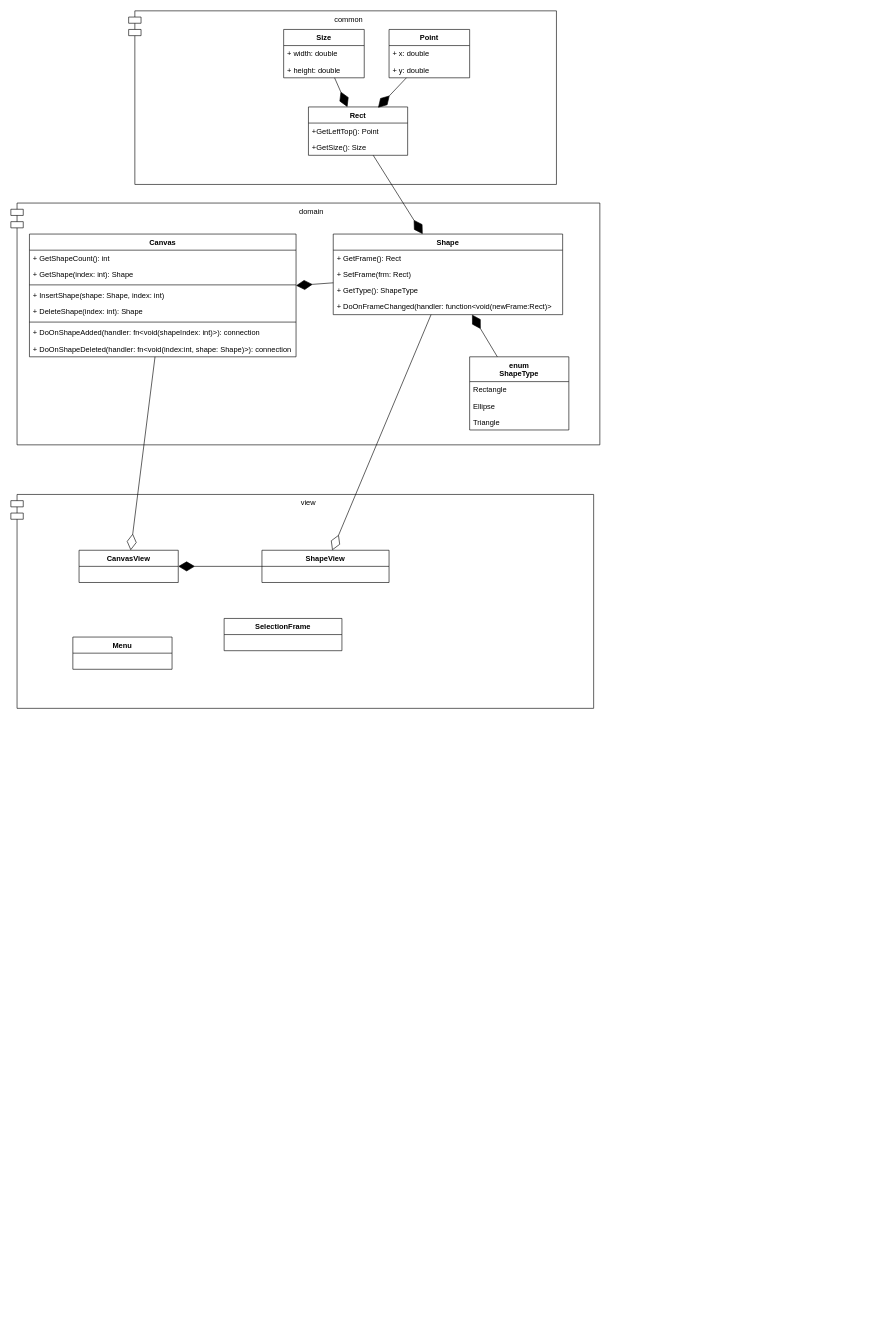
Earlier version of the draw.io diagram lectures/workshop-3/shapes.drawio (alexey-malov/ood). Source tidied: cells renumbered, new cells numbered last; positions are measured from the earlier drawing's top-left corner, leaving out a move shared by most shapes. Both pictures are drawn from the tidied source at 62%, with x=0, y=0 at pixel (11, 11).
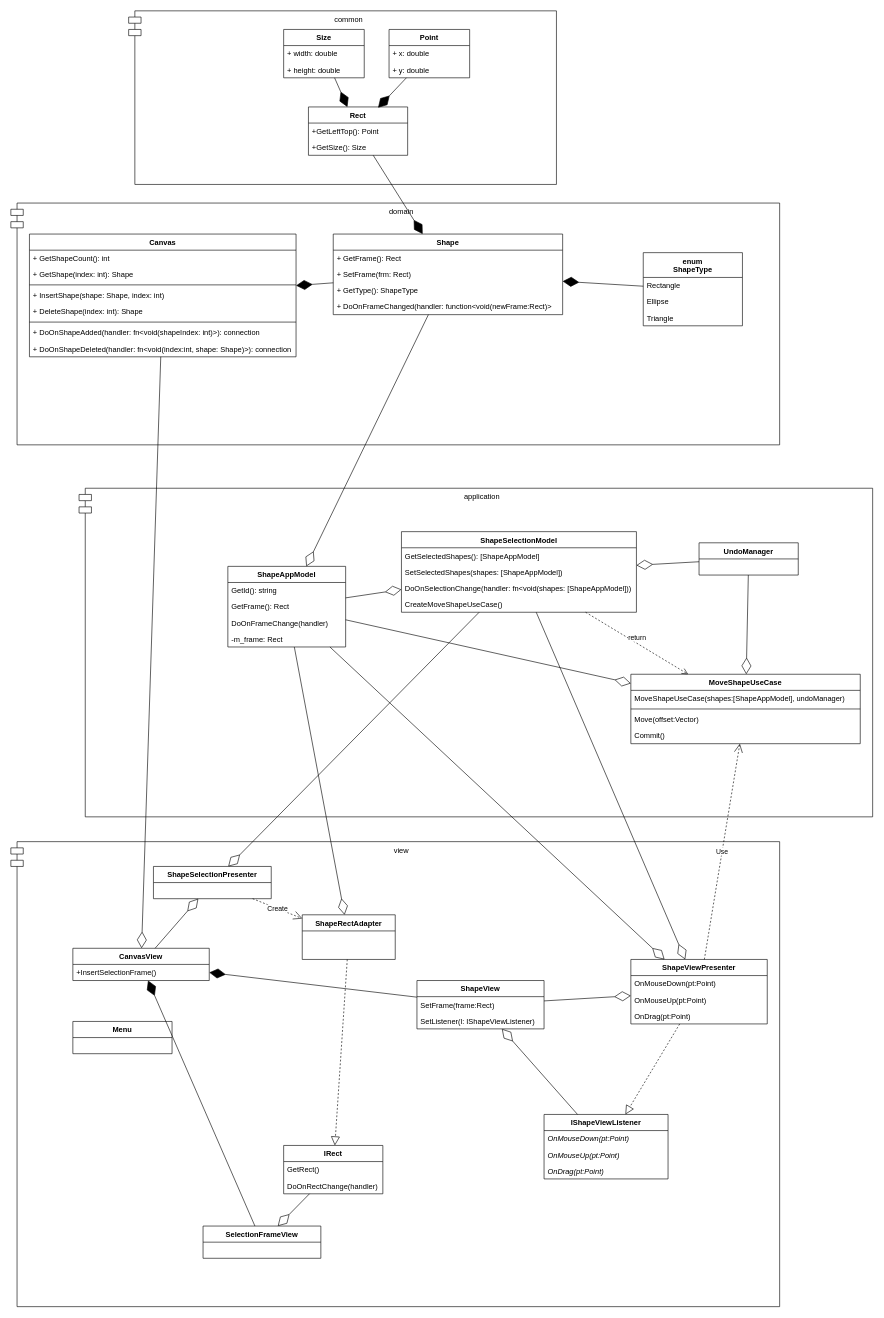
Above is the later version.

Commit message:
Обновлена схема

The change refers to these unchanged cells:
```xml
<mxCell id="12" value="Shape" style="swimlane;fontStyle=1;align=center;verticalAlign=top;horizontal=1;startSize=26;" parent="1" vertex="1">
  <mxGeometry x="520" y="360" width="370" height="130" as="geometry" />
</mxCell>
```

Change to the diagram source:
```diff
@@
+    <mxCell id="44" value="application" style="shape=module;align=left;spacingLeft=20;align=center;verticalAlign=top;fillColor=#ffffff;" parent="1" vertex="1">
+      <mxGeometry x="110" y="770" width="1280" height="530" as="geometry" />
+    </mxCell>
     <mxCell id="2" value="domain" style="shape=module;align=left;spacingLeft=20;align=center;verticalAlign=top;" parent="1" vertex="1">
-      <mxGeometry y="310" width="950" height="390" as="geometry" />
+      <mxGeometry y="310" width="1240" height="390" as="geometry" />
     </mxCell>
@@
     <mxCell id="31" value="enum&#10;ShapeType" style="swimlane;fontStyle=1;align=center;verticalAlign=top;horizontal=1;startSize=40;" parent="1" vertex="1">
-      <mxGeometry x="740" y="558" width="160" height="118" as="geometry" />
+      <mxGeometry x="1020" y="390" width="160" height="118" as="geometry" />
     </mxCell>
@@
     <mxCell id="36" value="view" style="shape=module;align=left;spacingLeft=20;align=center;verticalAlign=top;" parent="1" vertex="1">
-      <mxGeometry y="780" width="940" height="345" as="geometry" />
+      <mxGeometry y="1340" width="1240" height="750" as="geometry" />
     </mxCell>
     <mxCell id="37" value="CanvasView" style="swimlane;fontStyle=1;align=center;verticalAlign=top;horizontal=1;startSize=26;" parent="1" vertex="1">
-      <mxGeometry x="110" y="870" width="160" height="52" as="geometry" />
+      <mxGeometry x="100" y="1512" width="220" height="52" as="geometry" />
     </mxCell>
+    <mxCell id="45" value="+InsertSelectionFrame()" style="text;strokeColor=none;fillColor=none;align=left;verticalAlign=top;spacingLeft=4;spacingRight=4;overflow=hidden;" parent="37" vertex="1">
+      <mxGeometry y="26" width="220" height="26" as="geometry" />
+    </mxCell>
     <mxCell id="38" value="ShapeView" style="swimlane;fontStyle=1;align=center;verticalAlign=top;horizontal=1;startSize=26;" parent="1" vertex="1">
-      <mxGeometry x="405" y="870" width="205" height="52" as="geometry" />
+      <mxGeometry x="655" y="1564" width="205" height="78" as="geometry" />
     </mxCell>
+    <mxCell id="46" value="SetFrame(frame:Rect)" style="text;strokeColor=none;fillColor=none;align=left;verticalAlign=top;spacingLeft=4;spacingRight=4;overflow=hidden;" parent="38" vertex="1">
+      <mxGeometry y="26" width="205" height="26" as="geometry" />
+    </mxCell>
+    <mxCell id="47" value="SetListener(l: IShapeViewListener)" style="text;strokeColor=none;fillColor=none;align=left;verticalAlign=top;spacingLeft=4;spacingRight=4;overflow=hidden;" parent="38" vertex="1">
+      <mxGeometry y="52" width="205" height="26" as="geometry" />
+    </mxCell>
-    <mxCell id="39" value="SelectionFrame" style="swimlane;fontStyle=1;align=center;verticalAlign=top;horizontal=1;startSize=26;" parent="1" vertex="1">
-      <mxGeometry x="344" y="980" width="190" height="52" as="geometry" />
+    <mxCell id="39" value="SelectionFrameView" style="swimlane;fontStyle=1;align=center;verticalAlign=top;horizontal=1;startSize=26;" parent="1" vertex="1">
+      <mxGeometry x="310" y="1960" width="190" height="52" as="geometry" />
     </mxCell>
     <mxCell id="40" value="Menu" style="swimlane;fontStyle=1;align=center;verticalAlign=top;horizontal=1;startSize=26;" parent="1" vertex="1">
-      <mxGeometry x="100" y="1010" width="160" height="52" as="geometry" />
+      <mxGeometry x="100" y="1630" width="160" height="52" as="geometry" />
     </mxCell>
@@
-    <mxCell id="43" style="endArrow=diamondThin;endFill=0;endSize=24;html=1;" parent="1" edge="1" source="12" target="38">
-      <mxGeometry relative="1" as="geometry" />
-    </mxCell>
+    <mxCell id="48" style="endArrow=diamondThin;endFill=1;endSize=24;html=1;" parent="1" edge="1" source="39" target="37">
+      <mxGeometry relative="1" as="geometry" />
+    </mxCell>
+    <mxCell id="49" value="IShapeViewListener" style="swimlane;fontStyle=1;align=center;verticalAlign=top;horizontal=1;startSize=26;" parent="1" vertex="1">
+      <mxGeometry x="860" y="1780" width="200" height="104" as="geometry" />
+    </mxCell>
+    <mxCell id="50" value="OnMouseDown(pt:Point)" style="text;strokeColor=none;fillColor=none;align=left;verticalAlign=top;spacingLeft=4;spacingRight=4;overflow=hidden;fontStyle=2;" parent="49" vertex="1">
+      <mxGeometry y="26" width="200" height="26" as="geometry" />
+    </mxCell>
+    <mxCell id="51" value="OnMouseUp(pt:Point)" style="text;strokeColor=none;fillColor=none;align=left;verticalAlign=top;spacingLeft=4;spacingRight=4;overflow=hidden;fontStyle=2;" parent="49" vertex="1">
+      <mxGeometry y="52" width="200" height="26" as="geometry" />
+    </mxCell>
+    <mxCell id="52" value="OnDrag(pt:Point)" style="text;strokeColor=none;fillColor=none;align=left;verticalAlign=top;spacingLeft=4;spacingRight=4;overflow=hidden;fontStyle=2;" parent="49" vertex="1">
+      <mxGeometry y="78" width="200" height="26" as="geometry" />
+    </mxCell>
+    <mxCell id="53" style="endArrow=diamondThin;endFill=0;endSize=24;html=1;" parent="1" edge="1" source="49" target="38">
+      <mxGeometry relative="1" as="geometry" />
+    </mxCell>
+    <mxCell id="54" value="ShapeViewPresenter" style="swimlane;fontStyle=1;align=center;verticalAlign=top;horizontal=1;startSize=26;" parent="1" vertex="1">
+      <mxGeometry x="1000" y="1530" width="220" height="104" as="geometry" />
+    </mxCell>
+    <mxCell id="55" value="OnMouseDown(pt:Point)" style="text;strokeColor=none;fillColor=none;align=left;verticalAlign=top;spacingLeft=4;spacingRight=4;overflow=hidden;fontStyle=0;" parent="54" vertex="1">
+      <mxGeometry y="26" width="220" height="26" as="geometry" />
+    </mxCell>
+    <mxCell id="56" value="OnMouseUp(pt:Point)" style="text;strokeColor=none;fillColor=none;align=left;verticalAlign=top;spacingLeft=4;spacingRight=4;overflow=hidden;fontStyle=0;" parent="54" vertex="1">
+      <mxGeometry y="52" width="220" height="26" as="geometry" />
+    </mxCell>
+    <mxCell id="57" value="OnDrag(pt:Point)" style="text;strokeColor=none;fillColor=none;align=left;verticalAlign=top;spacingLeft=4;spacingRight=4;overflow=hidden;fontStyle=0;" parent="54" vertex="1">
+      <mxGeometry y="78" width="220" height="26" as="geometry" />
+    </mxCell>
+    <mxCell id="58" value="ShapeSelectionModel" style="swimlane;fontStyle=1;align=center;verticalAlign=top;horizontal=1;startSize=26;" parent="1" vertex="1">
+      <mxGeometry x="630" y="840" width="379" height="130" as="geometry" />
+    </mxCell>
+    <mxCell id="59" value="GetSelectedShapes(): [ShapeAppModel]" style="text;strokeColor=none;fillColor=none;align=left;verticalAlign=top;spacingLeft=4;spacingRight=4;overflow=hidden;" parent="58" vertex="1">
+      <mxGeometry y="26" width="379" height="26" as="geometry" />
+    </mxCell>
+    <mxCell id="60" value="SetSelectedShapes(shapes: [ShapeAppModel])" style="text;strokeColor=none;fillColor=none;align=left;verticalAlign=top;spacingLeft=4;spacingRight=4;overflow=hidden;" parent="58" vertex="1">
+      <mxGeometry y="52" width="379" height="26" as="geometry" />
+    </mxCell>
+    <mxCell id="61" value="DoOnSelectionChange(handler: fn&lt;void(shapes: [ShapeAppModel]))" style="text;strokeColor=none;fillColor=none;align=left;verticalAlign=top;spacingLeft=4;spacingRight=4;overflow=hidden;" parent="58" vertex="1">
+      <mxGeometry y="78" width="379" height="26" as="geometry" />
+    </mxCell>
+    <mxCell id="62" value="CreateMoveShapeUseCase()" style="text;strokeColor=none;fillColor=none;align=left;verticalAlign=top;spacingLeft=4;spacingRight=4;overflow=hidden;" parent="58" vertex="1">
+      <mxGeometry y="104" width="379" height="26" as="geometry" />
+    </mxCell>
+    <mxCell id="63" style="endArrow=diamondThin;endFill=0;endSize=24;html=1;" parent="1" edge="1" source="75" target="54">
+      <mxGeometry relative="1" as="geometry" />
+    </mxCell>
+    <mxCell id="64" style="endArrow=block;dashed=1;endFill=0;endSize=12;html=1;" parent="1" edge="1" source="54" target="49">
+      <mxGeometry relative="1" as="geometry" />
+    </mxCell>
+    <mxCell id="65" style="endArrow=diamondThin;endFill=0;endSize=24;html=1;" parent="1" edge="1" source="58" target="54">
+      <mxGeometry relative="1" as="geometry" />
+    </mxCell>
+    <mxCell id="66" value="ShapeSelectionPresenter" style="swimlane;fontStyle=1;align=center;verticalAlign=top;horizontal=1;startSize=26;" parent="1" vertex="1">
+      <mxGeometry x="230" y="1380" width="190" height="52" as="geometry" />
+    </mxCell>
+    <mxCell id="67" style="endArrow=diamondThin;endFill=0;endSize=24;html=1;" parent="1" edge="1" source="58" target="66">
+      <mxGeometry relative="1" as="geometry" />
+    </mxCell>
+    <mxCell id="68" style="endArrow=diamondThin;endFill=0;endSize=24;html=1;" parent="1" edge="1" source="37" target="66">
+      <mxGeometry relative="1" as="geometry" />
+    </mxCell>
+    <mxCell id="69" value="IRect" style="swimlane;fontStyle=1;align=center;verticalAlign=top;horizontal=1;startSize=26;fillColor=#ffffff;" parent="1" vertex="1">
+      <mxGeometry x="440" y="1830" width="160" height="78" as="geometry" />
+    </mxCell>
+    <mxCell id="70" value="GetRect()" style="text;strokeColor=none;fillColor=none;align=left;verticalAlign=top;spacingLeft=4;spacingRight=4;overflow=hidden;" parent="69" vertex="1">
+      <mxGeometry y="26" width="160" height="26" as="geometry" />
+    </mxCell>
+    <mxCell id="71" value="DoOnRectChange(handler)" style="text;strokeColor=none;fillColor=none;align=left;verticalAlign=top;spacingLeft=4;spacingRight=4;overflow=hidden;" parent="69" vertex="1">
+      <mxGeometry y="52" width="160" height="26" as="geometry" />
+    </mxCell>
+    <mxCell id="72" style="endArrow=diamondThin;endFill=0;endSize=24;html=1;" parent="1" edge="1" source="69" target="39">
+      <mxGeometry relative="1" as="geometry" />
+    </mxCell>
+    <mxCell id="73" value="ShapeRectAdapter" style="swimlane;fontStyle=1;align=center;verticalAlign=top;horizontal=1;startSize=26;fillColor=#ffffff;" parent="1" vertex="1">
+      <mxGeometry x="470" y="1458" width="150" height="72" as="geometry" />
+    </mxCell>
+    <mxCell id="74" style="endArrow=block;dashed=1;endFill=0;endSize=12;html=1;" parent="1" edge="1" source="73" target="69">
+      <mxGeometry relative="1" as="geometry" />
+    </mxCell>
+    <mxCell id="75" value="ShapeAppModel" style="swimlane;fontStyle=1;align=center;verticalAlign=top;horizontal=1;startSize=26;fillColor=#ffffff;" parent="1" vertex="1">
+      <mxGeometry x="350" y="896" width="190" height="130" as="geometry" />
+    </mxCell>
+    <mxCell id="76" value="GetId(): string" style="text;strokeColor=none;fillColor=none;align=left;verticalAlign=top;spacingLeft=4;spacingRight=4;overflow=hidden;" parent="75" vertex="1">
+      <mxGeometry y="26" width="190" height="26" as="geometry" />
+    </mxCell>
+    <mxCell id="77" value="GetFrame(): Rect" style="text;strokeColor=none;fillColor=none;align=left;verticalAlign=top;spacingLeft=4;spacingRight=4;overflow=hidden;" parent="75" vertex="1">
+      <mxGeometry y="52" width="190" height="26" as="geometry" />
+    </mxCell>
+    <mxCell id="78" value="DoOnFrameChange(handler)" style="text;strokeColor=none;fillColor=none;align=left;verticalAlign=top;spacingLeft=4;spacingRight=4;overflow=hidden;" parent="75" vertex="1">
+      <mxGeometry y="78" width="190" height="26" as="geometry" />
+    </mxCell>
+    <mxCell id="79" value="-m_frame: Rect" style="text;strokeColor=none;fillColor=none;align=left;verticalAlign=top;spacingLeft=4;spacingRight=4;overflow=hidden;" parent="75" vertex="1">
+      <mxGeometry y="104" width="190" height="26" as="geometry" />
+    </mxCell>
+    <mxCell id="80" style="endArrow=diamondThin;endFill=0;endSize=24;html=1;" parent="1" edge="1" source="75" target="73">
+      <mxGeometry relative="1" as="geometry" />
+    </mxCell>
+    <mxCell id="81" style="endArrow=diamondThin;endFill=0;endSize=24;html=1;" parent="1" edge="1" source="38" target="54">
+      <mxGeometry relative="1" as="geometry" />
+    </mxCell>
+    <mxCell id="82" style="endArrow=diamondThin;endFill=0;endSize=24;html=1;" parent="1" edge="1" source="12" target="75">
+      <mxGeometry relative="1" as="geometry" />
+    </mxCell>
+    <mxCell id="83" style="endArrow=diamondThin;endFill=0;endSize=24;html=1;" parent="1" edge="1" source="75" target="58">
+      <mxGeometry relative="1" as="geometry" />
+    </mxCell>
+    <mxCell id="84" value="Create" style="endArrow=open;endSize=12;dashed=1;html=1;" parent="1" edge="1" source="66" target="73">
+      <mxGeometry relative="1" as="geometry" />
+    </mxCell>
+    <mxCell id="85" value="MoveShapeUseCase" style="swimlane;fontStyle=1;align=center;verticalAlign=top;horizontal=1;startSize=26;fillColor=#ffffff;" parent="1" vertex="1">
+      <mxGeometry x="1000" y="1070" width="370" height="112" as="geometry" />
+    </mxCell>
+    <mxCell id="86" value="MoveShapeUseCase(shapes:[ShapeAppModel], undoManager)" style="text;strokeColor=none;fillColor=none;align=left;verticalAlign=top;spacingLeft=4;spacingRight=4;overflow=hidden;" parent="85" vertex="1">
+      <mxGeometry y="26" width="370" height="26" as="geometry" />
+    </mxCell>
+    <mxCell id="87" style="line;strokeWidth=1;fillColor=none;align=left;verticalAlign=middle;spacingTop=-1;spacingLeft=3;spacingRight=3;labelPosition=right;" parent="85" vertex="1">
+      <mxGeometry y="52" width="370" height="8" as="geometry" />
+    </mxCell>
+    <mxCell id="88" value="Move(offset:Vector)" style="text;strokeColor=none;fillColor=none;align=left;verticalAlign=top;spacingLeft=4;spacingRight=4;overflow=hidden;" parent="85" vertex="1">
+      <mxGeometry y="60" width="370" height="26" as="geometry" />
+    </mxCell>
+    <mxCell id="89" value="Commit()" style="text;strokeColor=none;fillColor=none;align=left;verticalAlign=top;spacingLeft=4;spacingRight=4;overflow=hidden;" parent="85" vertex="1">
+      <mxGeometry y="86" width="370" height="26" as="geometry" />
+    </mxCell>
+    <mxCell id="90" style="endArrow=diamondThin;endFill=0;endSize=24;html=1;" parent="1" edge="1" source="75" target="85">
+      <mxGeometry relative="1" as="geometry" />
+    </mxCell>
+    <mxCell id="91" value="Use" style="endArrow=open;endSize=12;dashed=1;html=1;" parent="1" edge="1" source="54" target="85">
+      <mxGeometry relative="1" as="geometry" />
+    </mxCell>
+    <mxCell id="92" value="UndoManager" style="swimlane;fontStyle=1;align=center;verticalAlign=top;horizontal=1;startSize=26;fillColor=#ffffff;" parent="1" vertex="1">
+      <mxGeometry x="1110" y="858" width="160" height="52" as="geometry" />
+    </mxCell>
+    <mxCell id="93" style="endArrow=diamondThin;endFill=0;endSize=24;html=1;" parent="1" edge="1" source="92" target="58">
+      <mxGeometry relative="1" as="geometry" />
+    </mxCell>
+    <mxCell id="94" style="endArrow=diamondThin;endFill=0;endSize=24;html=1;" parent="1" edge="1" source="92" target="85">
+      <mxGeometry relative="1" as="geometry" />
+    </mxCell>
+    <mxCell id="95" value="return" style="html=1;verticalAlign=bottom;endArrow=open;dashed=1;endSize=8;" parent="1" edge="1" source="58" target="85">
+      <mxGeometry relative="1" as="geometry" />
+    </mxCell>
```
